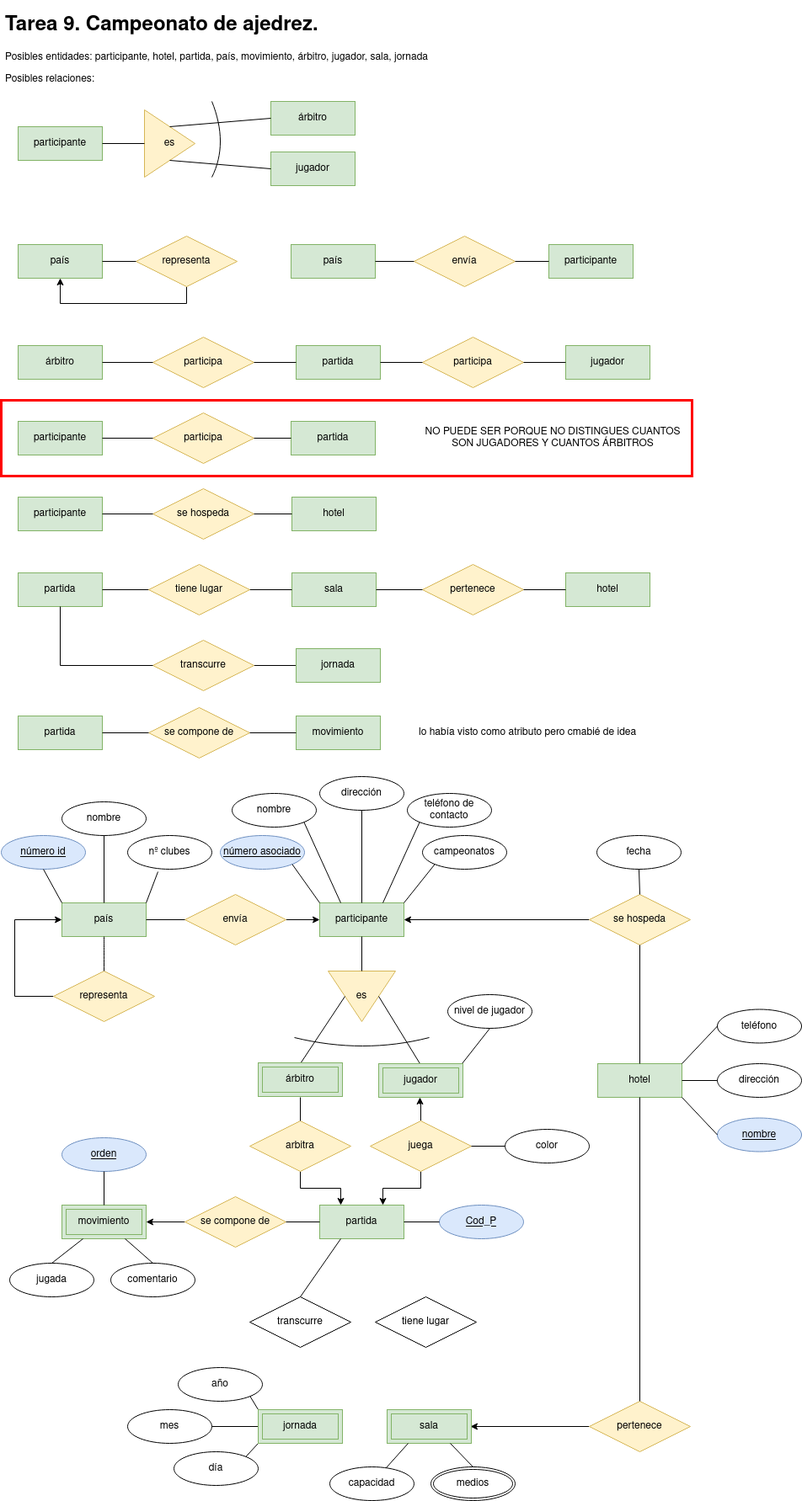
Earlier version of the draw.io export tarea9.png (javigh193/bae). Source tidied: cells renumbered, new cells last; positions are measured from the earlier drawing's top-left corner, leaving out a move shared by most shapes.
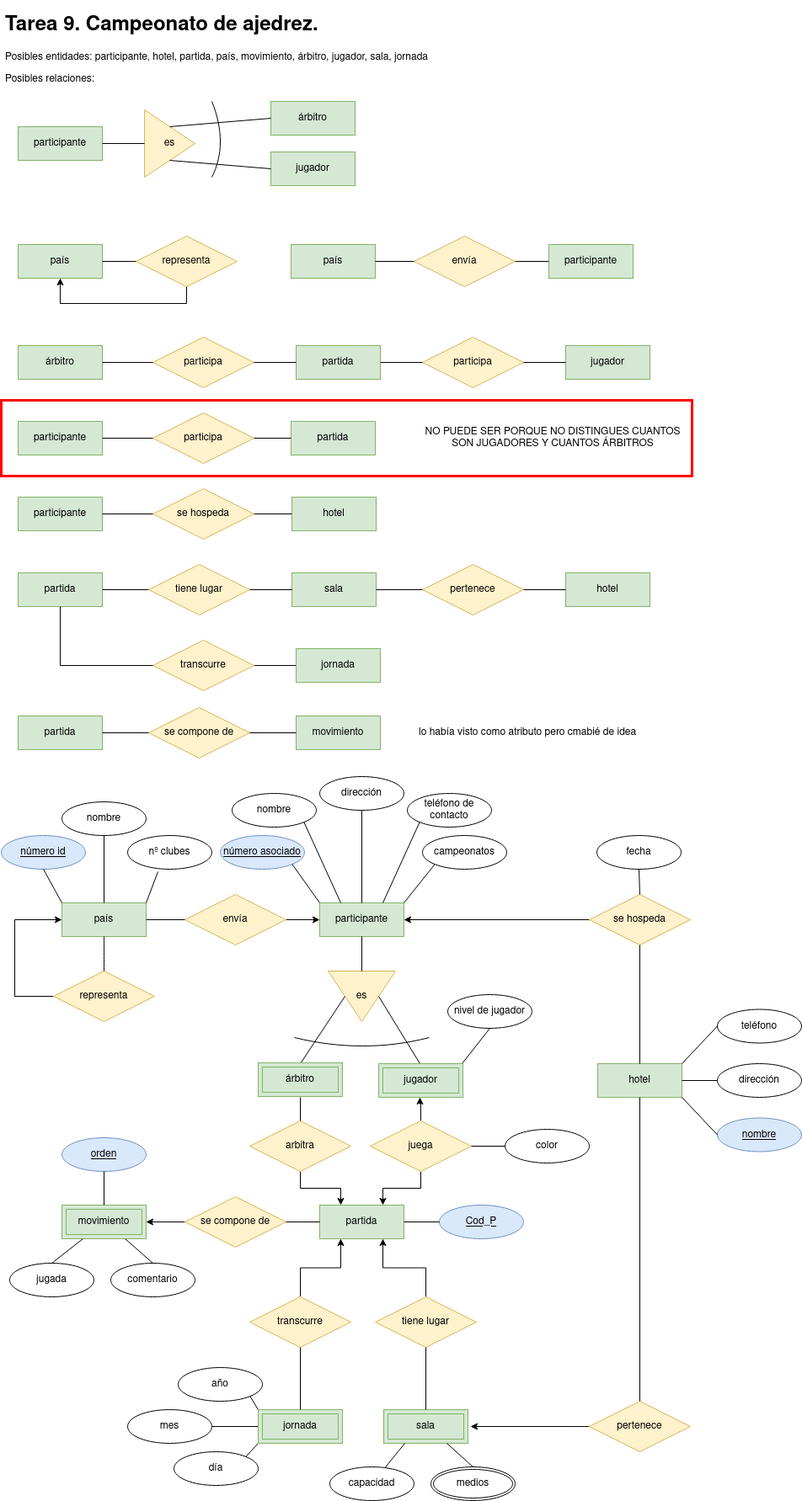
After the commit.

The edit, as a diff of the source:
```diff
@@ -348,7 +348,7 @@
       <mxGeometry x="850" y="1188.5" width="100" height="40" as="geometry" />
     </mxCell>
     <mxCell id="106" value="sala" style="shape=ext;margin=3;double=1;whiteSpace=wrap;html=1;align=center;fillColor=#d5e8d4;strokeColor=#82b366;" parent="1" vertex="1">
-      <mxGeometry x="458" y="1664" width="100" height="40" as="geometry" />
+      <mxGeometry x="454" y="1664" width="100" height="40" as="geometry" />
     </mxCell>
     <mxCell id="107" value="nombre" style="ellipse;whiteSpace=wrap;html=1;align=center;fontStyle=4;fillColor=#dae8fc;strokeColor=#6c8ebf;" parent="1" vertex="1">
       <mxGeometry x="850" y="1317.5" width="100" height="40" as="geometry" />
@@ -445,15 +445,18 @@
     <mxCell id="137" style="endArrow=none;html=1;rounded=0;exitX=0.5;exitY=0;exitDx=0;exitDy=0;entryX=0.25;entryY=1;entryDx=0;entryDy=0;" parent="1" edge="1" source="134" target="131">
       <mxGeometry relative="1" as="geometry" />
     </mxCell>
+    <mxCell id="144" style="edgeStyle=orthogonalEdgeStyle;rounded=0;jettySize=auto;html=1;entryX=0.75;entryY=1;entryDx=0;entryDy=0;" parent="1" edge="1" source="138" target="57">
+      <mxGeometry relative="1" as="geometry" />
+    </mxCell>
-    <mxCell id="138" value="tiene lugar" style="shape=rhombus;perimeter=rhombusPerimeter;whiteSpace=wrap;html=1;align=center;" parent="1" vertex="1">
+    <mxCell id="138" value="tiene lugar" style="shape=rhombus;perimeter=rhombusPerimeter;whiteSpace=wrap;html=1;align=center;fillColor=#fff2cc;strokeColor=#d6b656;" parent="1" vertex="1">
       <mxGeometry x="444" y="1530" width="120" height="60" as="geometry" />
     </mxCell>
+    <mxCell id="145" style="edgeStyle=orthogonalEdgeStyle;rounded=0;jettySize=auto;html=1;entryX=0.25;entryY=1;entryDx=0;entryDy=0;" parent="1" edge="1" source="139" target="57">
+      <mxGeometry relative="1" as="geometry" />
+    </mxCell>
-    <mxCell id="139" value="transcurre " style="shape=rhombus;perimeter=rhombusPerimeter;whiteSpace=wrap;html=1;align=center;" parent="1" vertex="1">
+    <mxCell id="139" value="transcurre " style="shape=rhombus;perimeter=rhombusPerimeter;whiteSpace=wrap;html=1;align=center;fillColor=#fff2cc;strokeColor=#d6b656;" parent="1" vertex="1">
       <mxGeometry x="295" y="1530" width="120" height="60" as="geometry" />
     </mxCell>
-    <mxCell id="140" style="endArrow=none;html=1;rounded=0;exitX=0.25;exitY=1;exitDx=0;exitDy=0;entryX=0.5;entryY=0;entryDx=0;entryDy=0;" parent="1" edge="1" source="57" target="139">
-      <mxGeometry relative="1" as="geometry" />
-    </mxCell>
     <mxCell id="141" value="tiene lugar" style="shape=rhombus;perimeter=rhombusPerimeter;whiteSpace=wrap;html=1;align=center;fillColor=#fff2cc;strokeColor=#d6b656;" parent="1" vertex="1">
       <mxGeometry x="175" y="660" width="120" height="60" as="geometry" />
     </mxCell>
@@ -467,5 +470,11 @@
         </Array>
       </mxGeometry>
     </mxCell>
+    <mxCell id="146" style="endArrow=none;html=1;rounded=0;exitX=0.5;exitY=1;exitDx=0;exitDy=0;entryX=0.5;entryY=0;entryDx=0;entryDy=0;" parent="1" edge="1" source="139" target="121">
+      <mxGeometry relative="1" as="geometry" />
+    </mxCell>
+    <mxCell id="147" style="endArrow=none;html=1;rounded=0;entryX=0.5;entryY=0;entryDx=0;entryDy=0;exitX=0.5;exitY=1;exitDx=0;exitDy=0;" parent="1" edge="1" source="138" target="106">
+      <mxGeometry relative="1" as="geometry" />
+    </mxCell>
   </root>
 </mxGraphModel>
```
